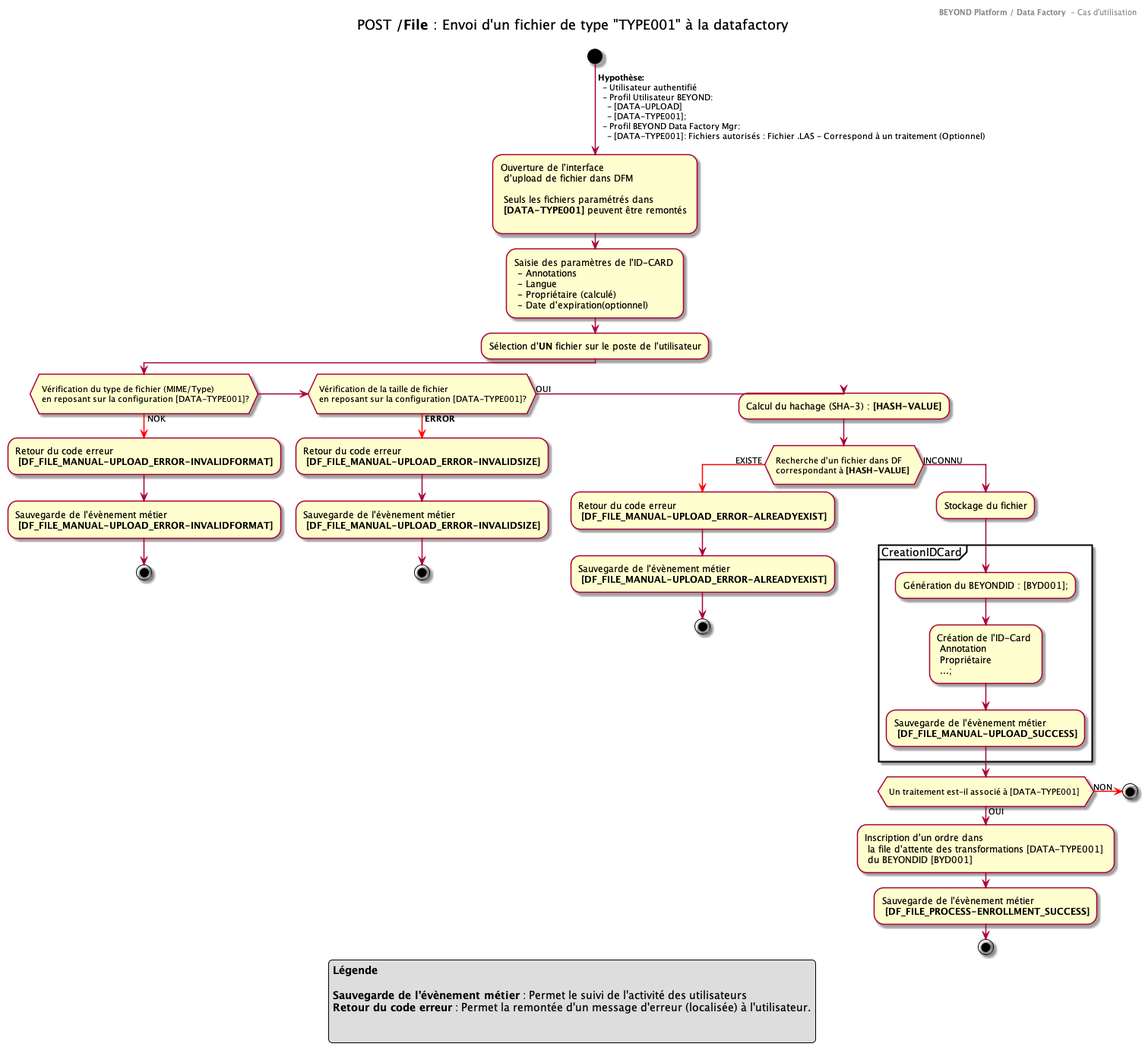
The PlantUML diagram 01.byd-DataFactory/1.ArchitectureDossier/images/0250.UCase-UPLOAD-File.png in cogirep/documentation, before a commit.
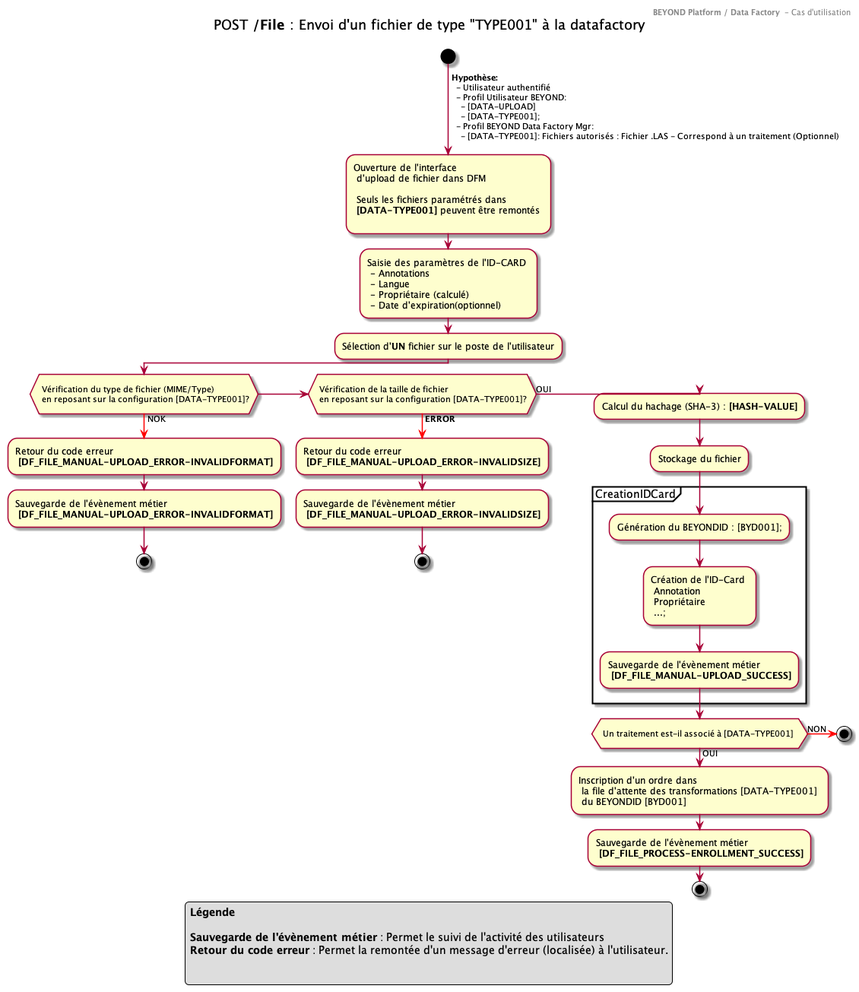
After the change.

Commit message:
Suppression unicité.

The edit, as a diff of the source:
```diff
@@ -26,13 +26,7 @@
 stop
 else (OUI)
 -Calcul du hachage (SHA-3) : **[HASH-VALUE]**
-if ( \n Recherche d'un fichier dans DF \n correspondant à **[HASH-VALUE]**  \n) then
--[#red]-> EXISTE ;
--Retour du code erreur  \n **[DF_FILE_MANUAL-UPLOAD_ERROR-ALREADYEXIST]**
--Sauvegarde de l'évènement métier \n **[DF_FILE_MANUAL-UPLOAD_ERROR-ALREADYEXIST]**
-Stop
-else (INCONNU)
-:Stockage du fichier;
+-Stockage du fichier
 partition CreationIDCard {
     -Génération du BEYONDID : [BYD001];
     -Création de l'ID-Card \n Annotation\n Propriétaire \n ...;
@@ -48,11 +42,9 @@
 -Sauvegarde de l'évènement métier \n **[DF_FILE_PROCESS-ENROLLMENT_SUCCESS]**
 endif
 
-
 stop
 endif
 
-endif
 
 legend
 **Légende**
```
